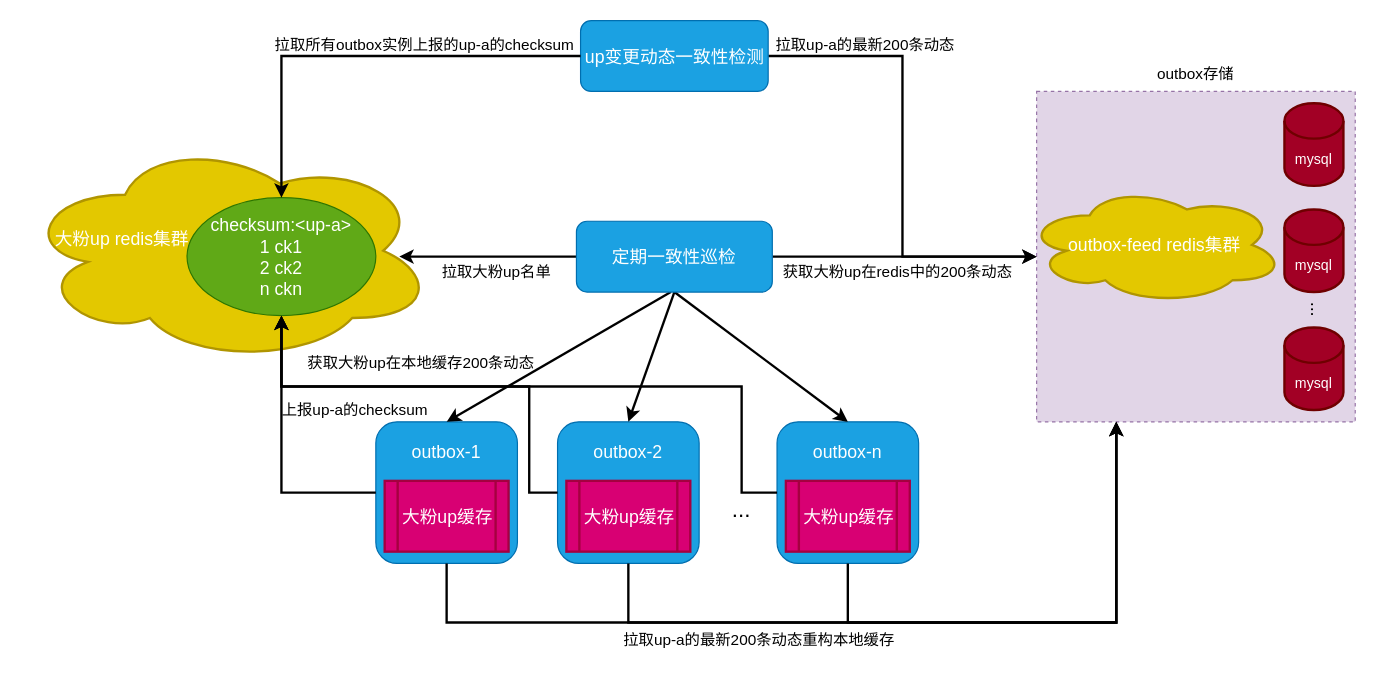
smartcharles/tech_draw keeps this draw.io diagram as outbox本地缓存的一致性检测.drawio. Above is the earlier version. Source tidied: cells renumbered, new cells numbered last; positions are measured from the earlier drawing's top-left corner, leaving out a move shared by most shapes. Both pictures are drawn from the tidied source at 118%, with x=0, y=0 at pixel (21, 20).
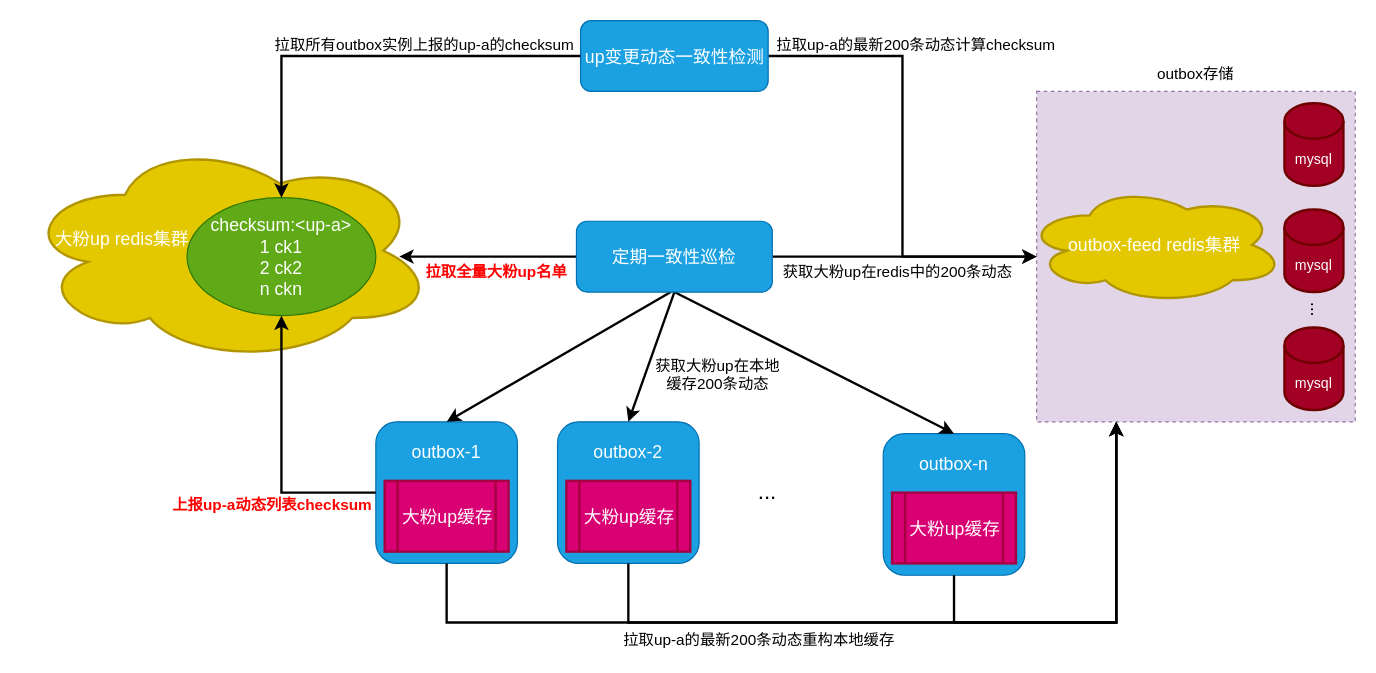
After the change.

Commit message:
更新outbox本地缓存的一致性检测.drawio

The change refers to these unchanged cells:
```xml
<mxCell id="7" style="rounded=1;whiteSpace=wrap;html=1;fillColor=#1ba1e2;fontColor=#ffffff;strokeColor=#006EAF;" parent="6" vertex="1">
  <mxGeometry width="120" height="120" as="geometry" />
</mxCell>
<mxCell id="11" style="rounded=1;whiteSpace=wrap;html=1;fillColor=#1ba1e2;fontColor=#ffffff;strokeColor=#006EAF;" parent="10" vertex="1">
  <mxGeometry width="120" height="120" as="geometry" />
</mxCell>
<mxCell id="15" style="rounded=0;whiteSpace=wrap;html=1;dashed=1;fillColor=#e1d5e7;strokeColor=#9673a6;" parent="14" vertex="1">
  <mxGeometry x="10" y="30" width="270" height="280" as="geometry" />
</mxCell>
<mxCell id="32" value="&lt;font style=&quot;font-size: 15px;&quot;&gt;checksum:&amp;lt;up-a&amp;gt;&lt;br&gt;1 ck1&lt;br&gt;2 ck2&lt;br&gt;n ckn&lt;/font&gt;" style="ellipse;whiteSpace=wrap;html=1;fillColor=#60a917;fontColor=#ffffff;strokeColor=#2D7600;" parent="1" vertex="1">
  <mxGeometry x="140" y="150" width="160" height="100" as="geometry" />
</mxCell>
```

The edit, as a diff of the source:
```diff
@@
     <mxCell id="10" style="group;" parent="1" vertex="1">
-      <mxGeometry x="640" y="340" width="120" height="120" as="geometry" />
+      <mxGeometry x="730" y="350" width="120" height="120" as="geometry" />
     </mxCell>
@@
-    <mxCell id="36" value="&lt;font style=&quot;font-size: 13px;&quot;&gt;拉取up-a的最新200条动态&lt;/font&gt;" style="text;strokeColor=none;align=center;fillColor=none;html=1;verticalAlign=middle;whiteSpace=wrap;rounded=0;" parent="1" vertex="1">
-      <mxGeometry x="590" y="10" width="250" height="20" as="geometry" />
+    <mxCell id="36" value="&lt;font style=&quot;font-size: 13px;&quot;&gt;拉取up-a的最新200条动态计算checksum&lt;/font&gt;" style="text;strokeColor=none;align=center;fillColor=none;html=1;verticalAlign=middle;whiteSpace=wrap;rounded=0;" parent="1" vertex="1">
+      <mxGeometry x="632.5" y="10" width="250" height="20" as="geometry" />
     </mxCell>
@@
-    <mxCell id="38" value="&lt;span style=&quot;font-size: 13px;&quot;&gt;拉取大粉up名单&lt;/span&gt;" style="text;strokeColor=none;align=center;fillColor=none;html=1;verticalAlign=middle;whiteSpace=wrap;rounded=0;strokeWidth=2;" parent="1" vertex="1">
+    <mxCell id="38" value="&lt;span style=&quot;font-size: 13px;&quot;&gt;&lt;b&gt;&lt;font color=&quot;#ff0000&quot;&gt;拉取全量大粉up名单&lt;/font&gt;&lt;/b&gt;&lt;/span&gt;" style="text;strokeColor=none;align=center;fillColor=none;html=1;verticalAlign=middle;whiteSpace=wrap;rounded=0;strokeWidth=2;" parent="1" vertex="1">
       <mxGeometry x="270" y="202.5" width="264.5" height="20" as="geometry" />
     </mxCell>
     <mxCell id="39" value="&lt;span style=&quot;font-size: 13px;&quot;&gt;获取大粉up在本地缓存200条动态&lt;/span&gt;" style="text;strokeColor=none;align=center;fillColor=none;html=1;verticalAlign=middle;whiteSpace=wrap;rounded=0;strokeWidth=2;" parent="1" vertex="1">
-      <mxGeometry x="205.5" y="280" width="264.5" height="20" as="geometry" />
+      <mxGeometry x="534.5" y="290" width="110" height="20" as="geometry" />
     </mxCell>
@@
     <mxCell id="43" style="edgeStyle=orthogonalEdgeStyle;rounded=0;jettySize=auto;html=1;entryX=0.25;entryY=1;entryDx=0;entryDy=0;strokeWidth=2;" parent="1" edge="1" source="11" target="15">
       <mxGeometry relative="1" as="geometry">
         <Array as="points">
-          <mxPoint x="700" y="510" />
+          <mxPoint x="790" y="510" />
           <mxPoint x="928" y="510" />
         </Array>
       </mxGeometry>
     </mxCell>
-    <mxCell id="44" style="edgeStyle=orthogonalEdgeStyle;rounded=0;jettySize=auto;html=1;exitX=0;exitY=0.5;exitDx=0;exitDy=0;entryX=0.5;entryY=1;entryDx=0;entryDy=0;strokeWidth=2;" parent="1" edge="1" source="7" target="32">
-      <mxGeometry relative="1" as="geometry">
-        <Array as="points">
-          <mxPoint x="430" y="400" />
-          <mxPoint x="430" y="310" />
-          <mxPoint x="220" y="310" />
-        </Array>
-      </mxGeometry>
-    </mxCell>
-    <mxCell id="45" style="edgeStyle=orthogonalEdgeStyle;rounded=0;jettySize=auto;html=1;entryX=0.5;entryY=1;entryDx=0;entryDy=0;strokeWidth=2;" parent="1" edge="1" source="11" target="32">
-      <mxGeometry relative="1" as="geometry">
-        <Array as="points">
-          <mxPoint x="610" y="400" />
-          <mxPoint x="610" y="310" />
-          <mxPoint x="220" y="310" />
-        </Array>
-      </mxGeometry>
-    </mxCell>
-    <mxCell id="46" value="&lt;span style=&quot;font-size: 13px;&quot;&gt;上报up-a的checksum&lt;/span&gt;" style="text;strokeColor=none;align=center;fillColor=none;html=1;verticalAlign=middle;whiteSpace=wrap;rounded=0;strokeWidth=2;" parent="1" vertex="1">
-      <mxGeometry x="150" y="320" width="264.5" height="20" as="geometry" />
+    <mxCell id="46" value="&lt;span style=&quot;font-size: 13px;&quot;&gt;&lt;b&gt;&lt;font color=&quot;#ff0000&quot;&gt;上报up-a动态列表checksum&lt;/font&gt;&lt;/b&gt;&lt;/span&gt;" style="text;strokeColor=none;align=center;fillColor=none;html=1;verticalAlign=middle;whiteSpace=wrap;rounded=0;strokeWidth=2;" parent="1" vertex="1">
+      <mxGeometry x="80" y="400" width="264.5" height="20" as="geometry" />
     </mxCell>
     <mxCell id="47" value="&lt;font style=&quot;font-size: 19px;&quot;&gt;...&lt;/font&gt;" style="text;strokeColor=none;align=center;fillColor=none;html=1;verticalAlign=middle;whiteSpace=wrap;rounded=0;" parent="1" vertex="1">
-      <mxGeometry x="590" y="400" width="40" height="30" as="geometry" />
+      <mxGeometry x="612.2" y="385" width="40" height="30" as="geometry" />
     </mxCell>
```
